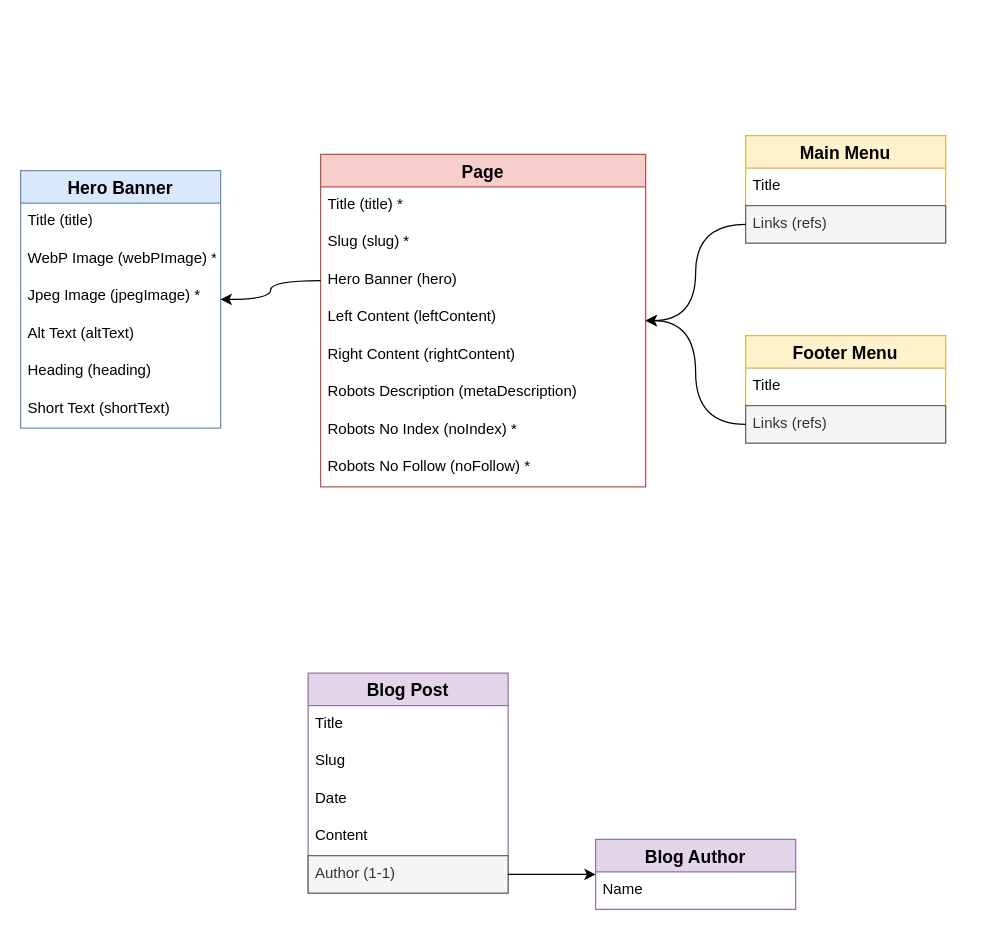
This is page "Content model" (2 of 3) of doc/overview.drawio from spacebetweentherapy/website, a draw.io file, before an edit. Source tidied: cells renumbered, new cells numbered last; positions are measured from the earlier drawing's top-left corner, leaving out a move shared by most shapes. Both pictures are drawn from the tidied source at 125%, with x=0, y=0 at pixel (20, 99).
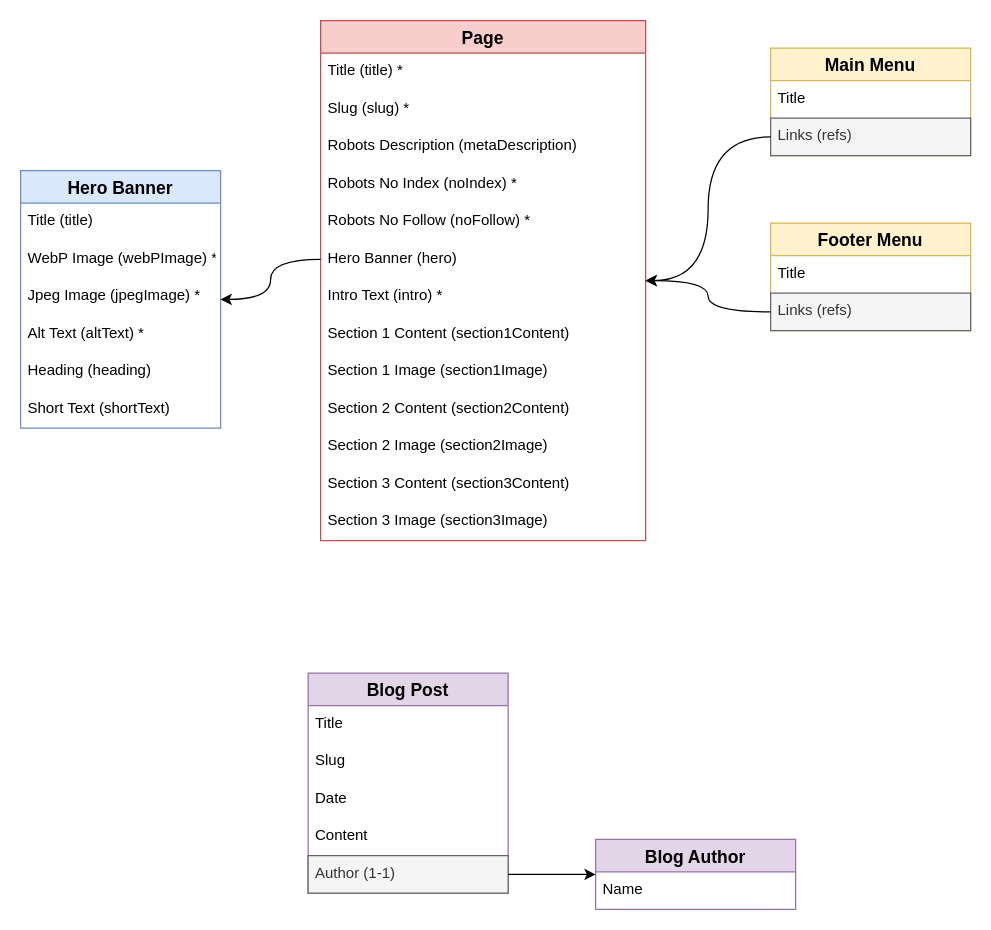
The same diagram, later.

Commit message (it also covers changes not shown here):
Building out content page template

The change refers to these unchanged cells:
```xml
<mxCell id="11" value="Hero Banner" style="swimlane;fontStyle=1;horizontal=1;startSize=26;align=center;fontSize=14;strokeColor=#6c8ebf;fillColor=#dae8fc;" parent="1" vertex="1">
  <mxGeometry y="57" width="160" height="206" as="geometry" />
</mxCell>
```

What changed in the source:
```diff
@@
-    <mxCell id="15" value="Alt Text (altText)" style="text;strokeColor=none;fillColor=none;spacingLeft=4;spacingRight=4;overflow=hidden;fontSize=12;" parent="11" vertex="1">
+    <mxCell id="15" value="Alt Text (altText) *" style="text;strokeColor=none;fillColor=none;spacingLeft=4;spacingRight=4;overflow=hidden;fontSize=12;" parent="11" vertex="1">
       <mxGeometry y="116" width="160" height="30" as="geometry" />
     </mxCell>
@@
     <mxCell id="18" value="Page" style="swimlane;fontStyle=1;horizontal=1;startSize=26;align=center;fontSize=14;strokeColor=#b85450;fillColor=#f8cecc;" parent="1" vertex="1">
-      <mxGeometry x="240" y="44" width="260" height="266" as="geometry" />
+      <mxGeometry x="240" y="-63" width="260" height="416" as="geometry" />
     </mxCell>
@@
-    <mxCell id="21" value="Hero Banner (hero)" style="text;strokeColor=none;fillColor=none;spacingLeft=4;spacingRight=4;overflow=hidden;points=[[0,0.5],[1,0.5]];portConstraint=eastwest;fontSize=12;" parent="18" vertex="1">
-      <mxGeometry y="86" width="260" height="30" as="geometry" />
-    </mxCell>
-    <mxCell id="22" value="Left Content (leftContent)" style="text;strokeColor=none;fillColor=none;spacingLeft=4;spacingRight=4;overflow=hidden;fontSize=12;" parent="18" vertex="1">
-      <mxGeometry y="116" width="260" height="30" as="geometry" />
-    </mxCell>
-    <mxCell id="23" value="Right Content (rightContent)" style="text;strokeColor=none;fillColor=none;spacingLeft=4;spacingRight=4;overflow=hidden;fontSize=12;" parent="18" vertex="1">
-      <mxGeometry y="146" width="260" height="30" as="geometry" />
-    </mxCell>
     <mxCell id="24" value="Robots Description (metaDescription)" style="text;strokeColor=none;fillColor=none;spacingLeft=4;spacingRight=4;overflow=hidden;fontSize=12;" parent="18" vertex="1">
-      <mxGeometry y="176" width="260" height="30" as="geometry" />
+      <mxGeometry y="86" width="260" height="30" as="geometry" />
     </mxCell>
     <mxCell id="25" value="Robots No Index (noIndex) *" style="text;strokeColor=none;fillColor=none;spacingLeft=4;spacingRight=4;overflow=hidden;fontSize=12;" parent="18" vertex="1">
-      <mxGeometry y="206" width="260" height="30" as="geometry" />
+      <mxGeometry y="116" width="260" height="30" as="geometry" />
     </mxCell>
     <mxCell id="26" value="Robots No Follow (noFollow) *" style="text;strokeColor=none;fillColor=none;spacingLeft=4;spacingRight=4;overflow=hidden;fontSize=12;" parent="18" vertex="1">
-      <mxGeometry y="236" width="260" height="30" as="geometry" />
+      <mxGeometry y="146" width="260" height="30" as="geometry" />
     </mxCell>
+    <mxCell id="21" value="Hero Banner (hero)" style="text;strokeColor=none;fillColor=none;spacingLeft=4;spacingRight=4;overflow=hidden;points=[[0,0.5],[1,0.5]];portConstraint=eastwest;fontSize=12;" parent="18" vertex="1">
+      <mxGeometry y="176" width="260" height="30" as="geometry" />
+    </mxCell>
+    <mxCell id="38" value="Intro Text (intro) *" style="text;strokeColor=none;fillColor=none;spacingLeft=4;spacingRight=4;overflow=hidden;fontSize=12;" parent="18" vertex="1">
+      <mxGeometry y="206" width="260" height="30" as="geometry" />
+    </mxCell>
+    <mxCell id="22" value="Section 1 Content (section1Content)" style="text;strokeColor=none;fillColor=none;spacingLeft=4;spacingRight=4;overflow=hidden;fontSize=12;" parent="18" vertex="1">
+      <mxGeometry y="236" width="260" height="30" as="geometry" />
+    </mxCell>
+    <mxCell id="39" value="Section 1 Image (section1Image)" style="text;strokeColor=none;fillColor=none;spacingLeft=4;spacingRight=4;overflow=hidden;fontSize=12;" parent="18" vertex="1">
+      <mxGeometry y="266" width="260" height="30" as="geometry" />
+    </mxCell>
+    <mxCell id="23" value="Section 2 Content (section2Content)" style="text;strokeColor=none;fillColor=none;spacingLeft=4;spacingRight=4;overflow=hidden;fontSize=12;" parent="18" vertex="1">
+      <mxGeometry y="296" width="260" height="30" as="geometry" />
+    </mxCell>
+    <mxCell id="40" value="Section 2 Image (section2Image)" style="text;strokeColor=none;fillColor=none;spacingLeft=4;spacingRight=4;overflow=hidden;fontSize=12;" parent="18" vertex="1">
+      <mxGeometry y="326" width="260" height="30" as="geometry" />
+    </mxCell>
+    <mxCell id="41" value="Section 3 Content (section3Content)" style="text;strokeColor=none;fillColor=none;spacingLeft=4;spacingRight=4;overflow=hidden;fontSize=12;" parent="18" vertex="1">
+      <mxGeometry y="356" width="260" height="30" as="geometry" />
+    </mxCell>
+    <mxCell id="42" value="Section 3 Image (section3Image)" style="text;strokeColor=none;fillColor=none;spacingLeft=4;spacingRight=4;overflow=hidden;fontSize=12;" parent="18" vertex="1">
+      <mxGeometry y="386" width="260" height="30" as="geometry" />
+    </mxCell>
@@
     <mxCell id="30" value="Main Menu" style="swimlane;fontStyle=1;horizontal=1;startSize=26;align=center;fontSize=14;strokeColor=#d6b656;fillColor=#fff2cc;" parent="1" vertex="1">
-      <mxGeometry x="580" y="29" width="160" height="86" as="geometry" />
+      <mxGeometry x="600" y="-41" width="160" height="86" as="geometry" />
     </mxCell>
@@
     <mxCell id="34" value="Footer Menu" style="swimlane;fontStyle=1;horizontal=1;startSize=26;align=center;fontSize=14;strokeColor=#d6b656;fillColor=#fff2cc;" parent="1" vertex="1">
-      <mxGeometry x="580" y="189" width="160" height="86" as="geometry" />
+      <mxGeometry x="600" y="99" width="160" height="86" as="geometry" />
     </mxCell>
```
